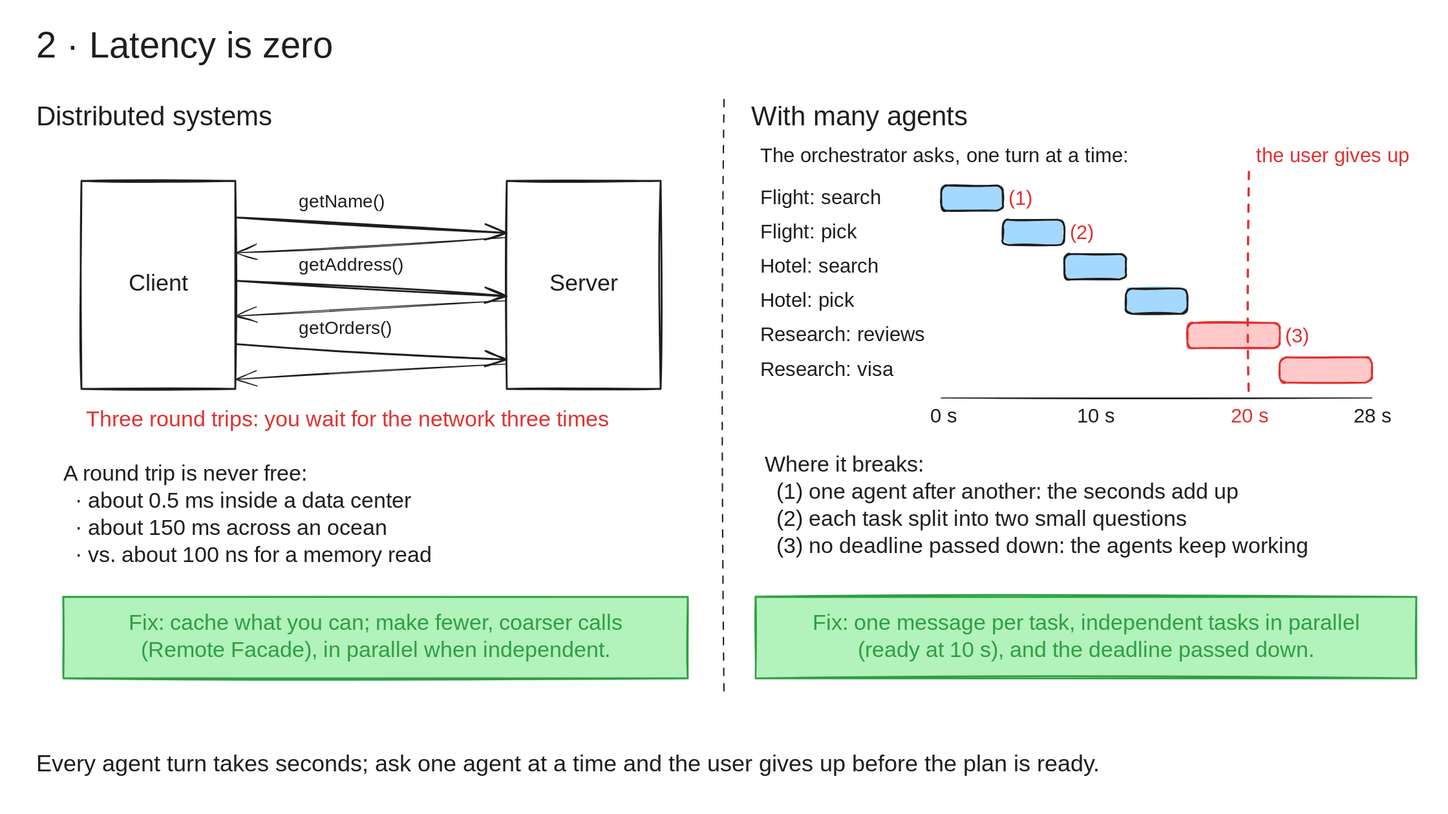
Earlier version of the Excalidraw export fallacies/02-latency-is-zero/diagram.excalidraw.svg (cdiazal/fallacies-of-distributed-agents). Source tidied: one line per element, renumbered; positions are measured from the earlier drawing's top-left corner, leaving out a move shared by most shapes.
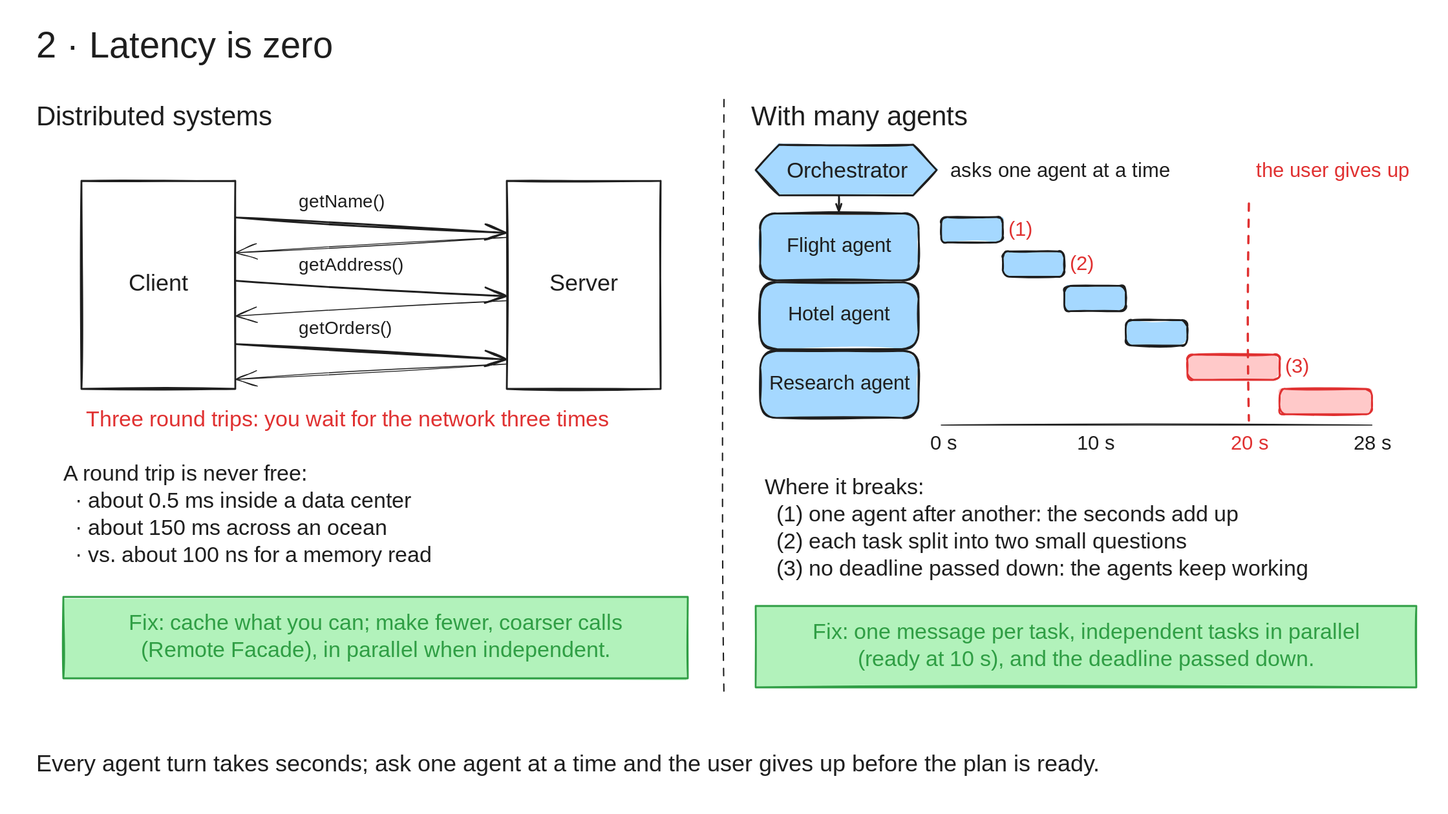
Above is the later version.

Commit message:
Use the orchestrator hexagon and agent boxes in the fallacy 2 diagram

Diff of the diagram source:
```diff
@@ -17,33 +17,36 @@
 {"id": 16, "type": "text", "text": "Three round trips: you wait for the network three times", "strokeColor": "#e03131", "strokeWidth": 2, "roughness": 1, "fontSize": 24, "fontFamily": 5, "x": 95, "y": 450, "width": 579, "height": 30}
 {"id": 17, "type": "text", "text": "A round trip is never free:\n  · about 0.5 ms inside a data center\n  · about 150 ms across an ocean\n  · vs. about 100 ns for a memory read", "strokeColor": "#1e1e1e", "strokeWidth": 2, "roughness": 1, "fontSize": 24, "fontFamily": 5, "x": 70, "y": 510, "width": 400, "height": 120}
 {"id": 18, "type": "rectangle", "strokeColor": "#2f9e44", "backgroundColor": "#b2f2bb", "fillStyle": "solid", "strokeWidth": 2, "roughness": 1, "x": 70, "y": 660, "width": 690, "height": 90}
-{"id": 19, "type": "text", "text": "The orchestrator asks, one turn at a time:", "strokeColor": "#1e1e1e", "strokeWidth": 2, "roughness": 1, "fontSize": 22, "fontFamily": 5, "x": 840, "y": 160, "width": 396, "height": 28}
-{"id": 20, "type": "text", "text": "Flight: search", "strokeColor": "#1e1e1e", "strokeWidth": 2, "roughness": 1, "fontSize": 22, "fontFamily": 5, "x": 840, "y": 206, "width": 127, "height": 28}
+{"id": 49, "type": "line", "strokeColor": "#1e1e1e", "backgroundColor": "#a5d8ff", "fillStyle": "solid", "strokeWidth": 2, "roughness": 1, "x": 861, "y": 160, "width": 200, "height": 56, "points": [[0, 0], [148, 0], [174, 28], [148, 56], [0, 56], [-26, 28], [0, 0]]}
+{"id": 50, "type": "text", "text": "Orchestrator", "strokeColor": "#1e1e1e", "strokeWidth": 2, "roughness": 1, "fontSize": 24, "fontFamily": 5, "x": 869, "y": 175, "width": 133, "height": 30}
+{"id": 51, "type": "arrow", "strokeColor": "#1e1e1e", "strokeWidth": 2, "roughness": 1, "endArrowhead": "arrow", "to": 53, "x": 927, "y": 216, "width": 0, "height": 17, "points": [[0, 0], [0, 17]]}
+{"id": 52, "type": "text", "text": "asks one agent at a time", "strokeColor": "#1e1e1e", "strokeWidth": 2, "roughness": 1, "fontSize": 22, "fontFamily": 5, "x": 1050, "y": 176, "width": 236, "height": 28}
+{"id": 53, "type": "rectangle", "strokeColor": "#1e1e1e", "backgroundColor": "#a5d8ff", "fillStyle": "solid", "strokeWidth": 2, "roughness": 1, "round": true, "x": 840, "y": 236, "width": 175, "height": 74}
+{"id": 54, "type": "rectangle", "strokeColor": "#1e1e1e", "backgroundColor": "#a5d8ff", "fillStyle": "solid", "strokeWidth": 2, "roughness": 1, "round": true, "x": 840, "y": 312, "width": 175, "height": 74}
+{"id": 55, "type": "rectangle", "strokeColor": "#1e1e1e", "backgroundColor": "#a5d8ff", "fillStyle": "solid", "strokeWidth": 2, "roughness": 1, "round": true, "x": 840, "y": 388, "width": 175, "height": 74}
-{"id": 21, "type": "rectangle", "strokeColor": "#1e1e1e", "backgroundColor": "#a5d8ff", "fillStyle": "solid", "strokeWidth": 2, "roughness": 1, "round": true, "x": 1040, "y": 205, "width": 68, "height": 28}
+{"id": 21, "type": "rectangle", "strokeColor": "#1e1e1e", "backgroundColor": "#a5d8ff", "fillStyle": "solid", "strokeWidth": 2, "roughness": 1, "round": true, "x": 1040, "y": 240, "width": 68, "height": 28}
-{"id": 22, "type": "text", "text": "Flight: pick", "strokeColor": "#1e1e1e", "strokeWidth": 2, "roughness": 1, "fontSize": 22, "fontFamily": 5, "x": 840, "y": 244, "width": 104, "height": 28}
-{"id": 23, "type": "rectangle", "strokeColor": "#1e1e1e", "backgroundColor": "#a5d8ff", "fillStyle": "solid", "strokeWidth": 2, "roughness": 1, "round": true, "x": 1108, "y": 243, "width": 68, "height": 28}
+{"id": 23, "type": "rectangle", "strokeColor": "#1e1e1e", "backgroundColor": "#a5d8ff", "fillStyle": "solid", "strokeWidth": 2, "roughness": 1, "round": true, "x": 1108, "y": 278, "width": 68, "height": 28}
-{"id": 24, "type": "text", "text": "Hotel: search", "strokeColor": "#1e1e1e", "strokeWidth": 2, "roughness": 1, "fontSize": 22, "fontFamily": 5, "x": 840, "y": 282, "width": 125, "height": 28}
-{"id": 25, "type": "rectangle", "strokeColor": "#1e1e1e", "backgroundColor": "#a5d8ff", "fillStyle": "solid", "strokeWidth": 2, "roughness": 1, "round": true, "x": 1176, "y": 281, "width": 68, "height": 28}
+{"id": 25, "type": "rectangle", "strokeColor": "#1e1e1e", "backgroundColor": "#a5d8ff", "fillStyle": "solid", "strokeWidth": 2, "roughness": 1, "round": true, "x": 1176, "y": 316, "width": 68, "height": 28}
-{"id": 26, "type": "text", "text": "Hotel: pick", "strokeColor": "#1e1e1e", "strokeWidth": 2, "roughness": 1, "fontSize": 22, "fontFamily": 5, "x": 840, "y": 320, "width": 103, "height": 28}
-{"id": 27, "type": "rectangle", "strokeColor": "#1e1e1e", "backgroundColor": "#a5d8ff", "fillStyle": "solid", "strokeWidth": 2, "roughness": 1, "round": true, "x": 1244, "y": 319, "width": 68, "height": 28}
+{"id": 27, "type": "rectangle", "strokeColor": "#1e1e1e", "backgroundColor": "#a5d8ff", "fillStyle": "solid", "strokeWidth": 2, "roughness": 1, "round": true, "x": 1244, "y": 354, "width": 68, "height": 28}
-{"id": 28, "type": "text", "text": "Research: reviews", "strokeColor": "#1e1e1e", "strokeWidth": 2, "roughness": 1, "fontSize": 22, "fontFamily": 5, "x": 840, "y": 358, "width": 168, "height": 28}
-{"id": 29, "type": "rectangle", "strokeColor": "#e03131", "backgroundColor": "#ffc9c9", "fillStyle": "solid", "strokeWidth": 2, "roughness": 1, "round": true, "x": 1312, "y": 357, "width": 102, "height": 28}
+{"id": 29, "type": "rectangle", "strokeColor": "#e03131", "backgroundColor": "#ffc9c9", "fillStyle": "solid", "strokeWidth": 2, "roughness": 1, "round": true, "x": 1312, "y": 392, "width": 102, "height": 28}
-{"id": 30, "type": "text", "text": "Research: visa", "strokeColor": "#1e1e1e", "strokeWidth": 2, "roughness": 1, "fontSize": 22, "fontFamily": 5, "x": 840, "y": 396, "width": 133, "height": 28}
-{"id": 31, "type": "rectangle", "strokeColor": "#e03131", "backgroundColor": "#ffc9c9", "fillStyle": "solid", "strokeWidth": 2, "roughness": 1, "round": true, "x": 1414, "y": 395, "width": 102, "height": 28}
+{"id": 31, "type": "rectangle", "strokeColor": "#e03131", "backgroundColor": "#ffc9c9", "fillStyle": "solid", "strokeWidth": 2, "roughness": 1, "round": true, "x": 1414, "y": 430, "width": 102, "height": 28}
-{"id": 32, "type": "line", "strokeColor": "#e03131", "strokeWidth": 2, "strokeStyle": "dashed", "roughness": 1, "x": 1380, "y": 190, "width": 0, "height": 250, "points": [[0, 0], [0, 250]]}
+{"id": 32, "type": "line", "strokeColor": "#e03131", "strokeWidth": 2, "strokeStyle": "dashed", "roughness": 1, "x": 1380, "y": 225, "width": 0, "height": 240, "points": [[0, 0], [0, 240]]}
-{"id": 33, "type": "text", "text": "the user gives up", "strokeColor": "#e03131", "strokeWidth": 2, "roughness": 1, "fontSize": 22, "fontFamily": 5, "x": 1388, "y": 160, "width": 165, "height": 28}
+{"id": 33, "type": "text", "text": "the user gives up", "strokeColor": "#e03131", "strokeWidth": 2, "roughness": 1, "fontSize": 22, "fontFamily": 5, "x": 1388, "y": 176, "width": 165, "height": 28}
-{"id": 34, "type": "line", "strokeColor": "#1e1e1e", "strokeWidth": 1, "roughness": 1, "x": 1040, "y": 440, "width": 476, "height": 0, "points": [[0, 0], [476, 0]]}
+{"id": 34, "type": "line", "strokeColor": "#1e1e1e", "strokeWidth": 1, "roughness": 1, "x": 1040, "y": 470, "width": 476, "height": 0, "points": [[0, 0], [476, 0]]}
-{"id": 35, "type": "text", "text": "0 s", "strokeColor": "#1e1e1e", "strokeWidth": 2, "roughness": 1, "fontSize": 22, "fontFamily": 5, "x": 1028, "y": 448, "width": 27, "height": 28}
+{"id": 35, "type": "text", "text": "0 s", "strokeColor": "#1e1e1e", "strokeWidth": 2, "roughness": 1, "fontSize": 22, "fontFamily": 5, "x": 1028, "y": 478, "width": 27, "height": 28}
-{"id": 36, "type": "text", "text": "10 s", "strokeColor": "#1e1e1e", "strokeWidth": 2, "roughness": 1, "fontSize": 22, "fontFamily": 5, "x": 1190, "y": 448, "width": 39, "height": 28}
+{"id": 36, "type": "text", "text": "10 s", "strokeColor": "#1e1e1e", "strokeWidth": 2, "roughness": 1, "fontSize": 22, "fontFamily": 5, "x": 1190, "y": 478, "width": 39, "height": 28}
-{"id": 37, "type": "text", "text": "20 s", "strokeColor": "#e03131", "strokeWidth": 2, "roughness": 1, "fontSize": 22, "fontFamily": 5, "x": 1360, "y": 448, "width": 39, "height": 28}
+{"id": 37, "type": "text", "text": "20 s", "strokeColor": "#e03131", "strokeWidth": 2, "roughness": 1, "fontSize": 22, "fontFamily": 5, "x": 1360, "y": 478, "width": 39, "height": 28}
-{"id": 38, "type": "text", "text": "28 s", "strokeColor": "#1e1e1e", "strokeWidth": 2, "roughness": 1, "fontSize": 22, "fontFamily": 5, "x": 1496, "y": 448, "width": 39, "height": 28}
+{"id": 38, "type": "text", "text": "28 s", "strokeColor": "#1e1e1e", "strokeWidth": 2, "roughness": 1, "fontSize": 22, "fontFamily": 5, "x": 1496, "y": 478, "width": 39, "height": 28}
-{"id": 39, "type": "text", "text": "(1)", "strokeColor": "#e03131", "strokeWidth": 2, "roughness": 1, "fontSize": 22, "fontFamily": 5, "x": 1114, "y": 207, "width": 25, "height": 28}
+{"id": 39, "type": "text", "text": "(1)", "strokeColor": "#e03131", "strokeWidth": 2, "roughness": 1, "fontSize": 22, "fontFamily": 5, "x": 1114, "y": 241, "width": 25, "height": 28}
-{"id": 40, "type": "text", "text": "(2)", "strokeColor": "#e03131", "strokeWidth": 2, "roughness": 1, "fontSize": 22, "fontFamily": 5, "x": 1182, "y": 245, "width": 25, "height": 28}
+{"id": 40, "type": "text", "text": "(2)", "strokeColor": "#e03131", "strokeWidth": 2, "roughness": 1, "fontSize": 22, "fontFamily": 5, "x": 1182, "y": 279, "width": 25, "height": 28}
-{"id": 41, "type": "text", "text": "(3)", "strokeColor": "#e03131", "strokeWidth": 2, "roughness": 1, "fontSize": 22, "fontFamily": 5, "x": 1420, "y": 359, "width": 25, "height": 28}
+{"id": 41, "type": "text", "text": "(3)", "strokeColor": "#e03131", "strokeWidth": 2, "roughness": 1, "fontSize": 22, "fontFamily": 5, "x": 1420, "y": 393, "width": 25, "height": 28}
-{"id": 42, "type": "text", "text": "Where it breaks:\n  (1) one agent after another: the seconds add up\n  (2) each task split into two small questions\n  (3) no deadline passed down: the agents keep working", "strokeColor": "#1e1e1e", "strokeWidth": 2, "roughness": 1, "fontSize": 24, "fontFamily": 5, "x": 845, "y": 500, "width": 590, "height": 120}
+{"id": 42, "type": "text", "text": "Where it breaks:\n  (1) one agent after another: the seconds add up\n  (2) each task split into two small questions\n  (3) no deadline passed down: the agents keep working", "strokeColor": "#1e1e1e", "strokeWidth": 2, "roughness": 1, "fontSize": 24, "fontFamily": 5, "x": 845, "y": 525, "width": 590, "height": 120}
-{"id": 43, "type": "rectangle", "strokeColor": "#2f9e44", "backgroundColor": "#b2f2bb", "fillStyle": "solid", "strokeWidth": 2, "roughness": 1, "x": 835, "y": 660, "width": 730, "height": 90}
+{"id": 43, "type": "rectangle", "strokeColor": "#2f9e44", "backgroundColor": "#b2f2bb", "fillStyle": "solid", "strokeWidth": 2, "roughness": 1, "x": 835, "y": 670, "width": 730, "height": 90}
 {"id": 44, "type": "frame", "strokeColor": "#1e1e1e", "strokeWidth": 2, "roughness": 1, "x": 0, "y": 0, "width": 1600, "height": 900}
 {"id": 45, "type": "text", "text": "Client", "strokeColor": "#1e1e1e", "strokeWidth": 2, "roughness": 1, "fontSize": 26, "fontFamily": 5, "textAlign": "center", "verticalAlign": "middle", "inside": 5, "x": 142, "y": 299, "width": 66, "height": 32}
 {"id": 46, "type": "text", "text": "Server", "strokeColor": "#1e1e1e", "strokeWidth": 2, "roughness": 1, "fontSize": 26, "fontFamily": 5, "textAlign": "center", "verticalAlign": "middle", "inside": 6, "x": 609, "y": 299, "width": 72, "height": 32}
 {"id": 47, "type": "text", "text": "Fix: cache what you can; make fewer, coarser calls\n(Remote Facade), in parallel when independent.", "strokeColor": "#2f9e44", "strokeWidth": 2, "roughness": 1, "fontSize": 24, "fontFamily": 5, "textAlign": "center", "verticalAlign": "middle", "inside": 18, "x": 155, "y": 675, "width": 520, "height": 60}
+{"id": 56, "type": "text", "text": "Flight agent", "strokeColor": "#1e1e1e", "strokeWidth": 2, "roughness": 1, "fontSize": 22, "fontFamily": 5, "textAlign": "center", "verticalAlign": "middle", "inside": 53, "x": 870, "y": 259, "width": 116, "height": 28}
+{"id": 57, "type": "text", "text": "Hotel agent", "strokeColor": "#1e1e1e", "strokeWidth": 2, "roughness": 1, "fontSize": 22, "fontFamily": 5, "textAlign": "center", "verticalAlign": "middle", "inside": 54, "x": 870, "y": 335, "width": 114, "height": 28}
+{"id": 58, "type": "text", "text": "Research agent", "strokeColor": "#1e1e1e", "strokeWidth": 2, "roughness": 1, "fontSize": 22, "fontFamily": 5, "textAlign": "center", "verticalAlign": "middle", "inside": 55, "x": 854, "y": 411, "width": 148, "height": 28}
-{"id": 48, "type": "text", "text": "Fix: one message per task, independent tasks in parallel\n(ready at 10 s), and the deadline passed down.", "strokeColor": "#2f9e44", "strokeWidth": 2, "roughness": 1, "fontSize": 24, "fontFamily": 5, "textAlign": "center", "verticalAlign": "middle", "inside": 43, "x": 907, "y": 675, "width": 586, "height": 60}
+{"id": 48, "type": "text", "text": "Fix: one message per task, independent tasks in parallel\n(ready at 10 s), and the deadline passed down.", "strokeColor": "#2f9e44", "strokeWidth": 2, "roughness": 1, "fontSize": 24, "fontFamily": 5, "textAlign": "center", "verticalAlign": "middle", "inside": 43, "x": 907, "y": 685, "width": 586, "height": 60}
```
